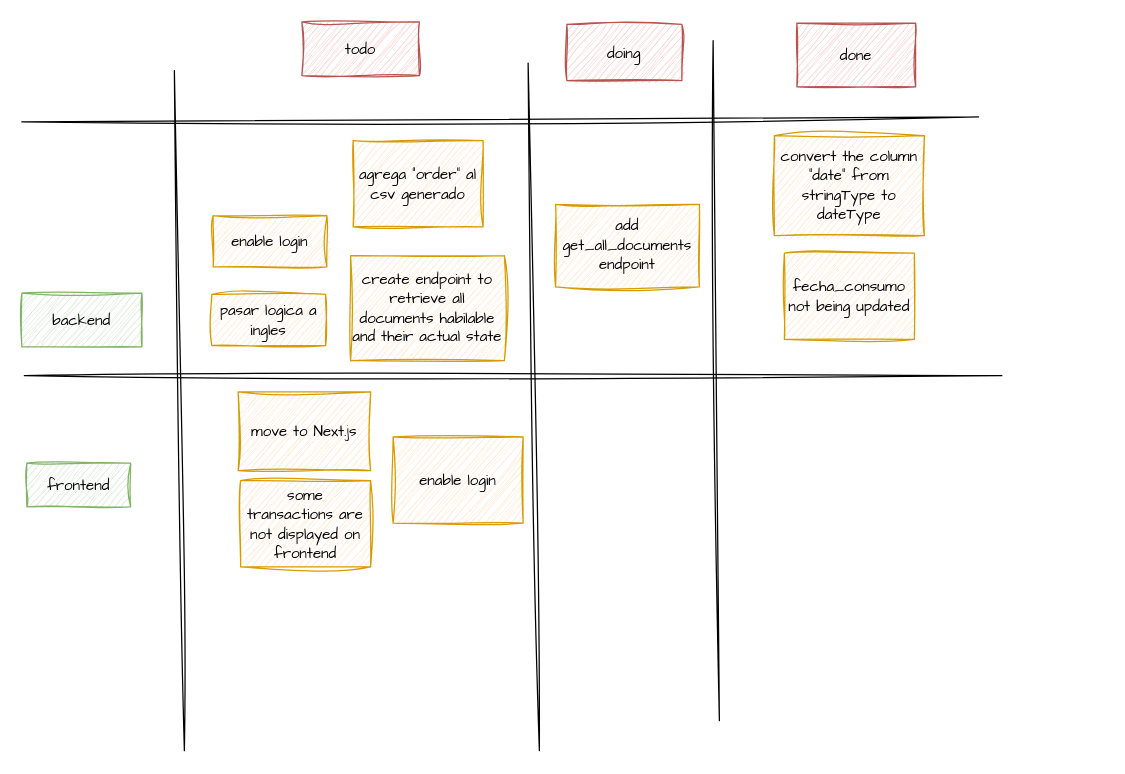
Above: scrum.dio in josueelias9/improving-BCP-organizate (draw.io), before the change. Source tidied: cells renumbered, new cells numbered last; positions are measured from the earlier drawing's top-left corner, leaving out a move shared by most shapes. Both pictures are drawn from the tidied source at 125%, with x=0, y=0 at pixel (21, 21).
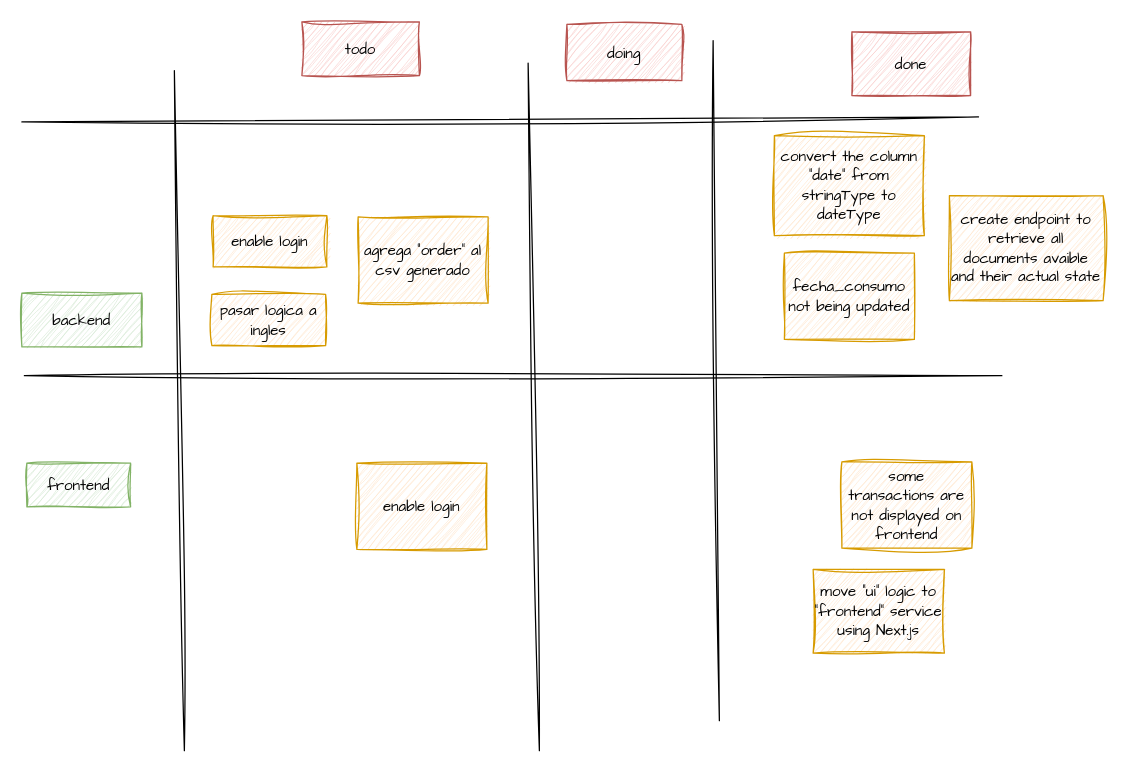
After the change.

Commit message (it also covers changes not shown here):
feat: refactor docker-compose files to consolidate frontend and ui services

What changed in the source:
```diff
@@
-    <mxCell id="3" value="&lt;font face=&quot;Comic Sans MS&quot;&gt;move to Next.js&lt;/font&gt;" style="rounded=0;whiteSpace=wrap;html=1;shadow=0;sketch=1;curveFitting=1;jiggle=2;fillColor=#ffe6cc;strokeColor=#d79b00;" parent="1" vertex="1">
-      <mxGeometry x="173" y="296" width="106" height="63" as="geometry" />
+    <mxCell id="3" value="&lt;font face=&quot;Comic Sans MS&quot;&gt;move &quot;ui&quot; logic to &quot;frontend&quot; service using Next.js&lt;/font&gt;" style="rounded=0;whiteSpace=wrap;html=1;shadow=0;sketch=1;curveFitting=1;jiggle=2;fillColor=#ffe6cc;strokeColor=#d79b00;" parent="1" vertex="1">
+      <mxGeometry x="633" y="438" width="105" height="67" as="geometry" />
     </mxCell>
@@
     <mxCell id="8" value="&lt;font face=&quot;Comic Sans MS&quot;&gt;done&lt;/font&gt;" style="rounded=0;whiteSpace=wrap;html=1;shadow=0;sketch=1;curveFitting=1;jiggle=2;fillColor=#f8cecc;strokeColor=#b85450;" parent="1" vertex="1">
-      <mxGeometry x="620" y="1" width="95" height="51" as="geometry" />
+      <mxGeometry x="664" y="8" width="95" height="51" as="geometry" />
     </mxCell>
     <mxCell id="9" value="&lt;font face=&quot;Comic Sans MS&quot;&gt;some transactions are not displayed on frontend&lt;/font&gt;" style="rounded=0;whiteSpace=wrap;html=1;shadow=0;sketch=1;curveFitting=1;jiggle=2;fillColor=#ffe6cc;strokeColor=#d79b00;" parent="1" vertex="1">
-      <mxGeometry x="175" y="367" width="104" height="69" as="geometry" />
+      <mxGeometry x="656" y="352" width="104" height="69" as="geometry" />
     </mxCell>
     <mxCell id="10" value="&lt;font face=&quot;Comic Sans MS&quot;&gt;enable login&lt;/font&gt;" style="rounded=0;whiteSpace=wrap;html=1;shadow=0;sketch=1;curveFitting=1;jiggle=2;fillColor=#ffe6cc;strokeColor=#d79b00;" parent="1" vertex="1">
-      <mxGeometry x="297" y="332" width="104" height="69" as="geometry" />
+      <mxGeometry x="268" y="353" width="104" height="69" as="geometry" />
     </mxCell>
@@
-    <mxCell id="17" value="&lt;font face=&quot;Comic Sans MS&quot;&gt;create endpoint to retrieve all documents habilable and their actual state&lt;/font&gt;" style="rounded=0;whiteSpace=wrap;html=1;shadow=0;sketch=1;curveFitting=1;jiggle=2;fillColor=#ffe6cc;strokeColor=#d79b00;" parent="1" vertex="1">
-      <mxGeometry x="263" y="187" width="123" height="84" as="geometry" />
+    <mxCell id="17" value="&lt;font face=&quot;Comic Sans MS&quot;&gt;create endpoint to retrieve all documents avaible and their actual state&lt;/font&gt;" style="rounded=0;whiteSpace=wrap;html=1;shadow=0;sketch=1;curveFitting=1;jiggle=2;fillColor=#ffe6cc;strokeColor=#d79b00;" parent="1" vertex="1">
+      <mxGeometry x="742" y="139" width="123" height="84" as="geometry" />
     </mxCell>
@@
     <mxCell id="19" value="&lt;font face=&quot;Comic Sans MS&quot;&gt;agrega &quot;order&quot; al csv generado&lt;/font&gt;" style="rounded=0;whiteSpace=wrap;html=1;shadow=0;sketch=1;curveFitting=1;jiggle=2;fillColor=#ffe6cc;strokeColor=#d79b00;" parent="1" vertex="1">
-      <mxGeometry x="265" y="95" width="104" height="69" as="geometry" />
+      <mxGeometry x="269" y="156" width="104" height="69" as="geometry" />
     </mxCell>
@@
-    <mxCell id="21" value="&lt;font face=&quot;Comic Sans MS&quot;&gt;add get_all_documents endpoint&lt;/font&gt;" style="rounded=0;whiteSpace=wrap;html=1;shadow=0;sketch=1;curveFitting=1;jiggle=2;fillColor=#ffe6cc;strokeColor=#d79b00;" parent="1" vertex="1">
-      <mxGeometry x="427" y="146" width="115" height="66" as="geometry" />
-    </mxCell>
```
